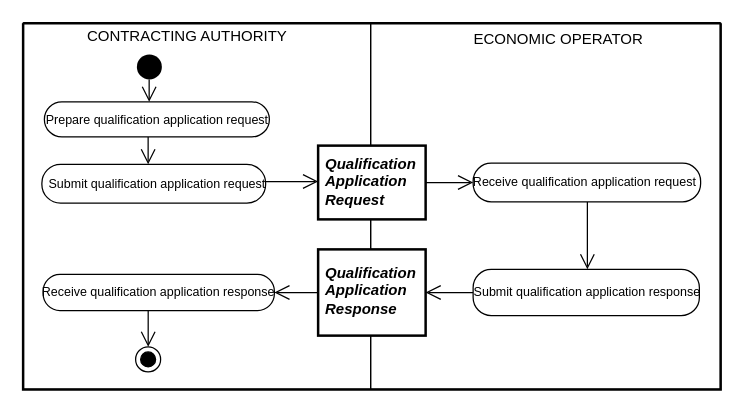
Earlier version of the draw.io diagram diagrams/UBL-2.2-Tender-QualificationApplication/UBL-2.2-Tender-QualificationApplication.drawio (kduvekot/ubl-work-on-svg-images). Source tidied: cells renumbered, new cells numbered last; positions are measured from the earlier drawing's top-left corner, leaving out a move shared by most shapes. Both pictures are drawn from the tidied source at 125%, with x=0, y=0 at pixel (22, 22).
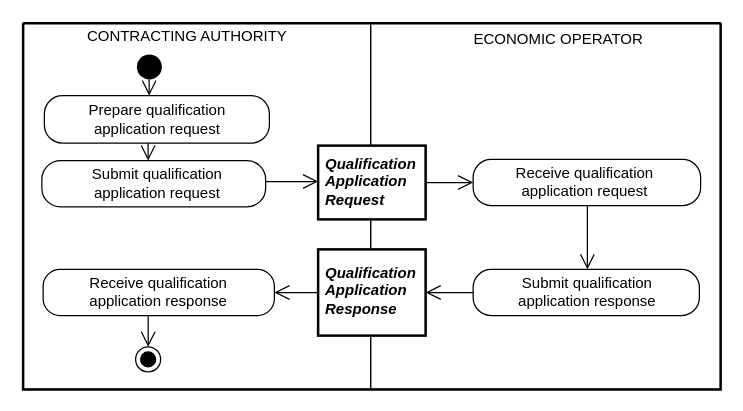
After the change.

The change refers to these unchanged cells:
```xml
<mxCell id="2" style="swimlane;html=1;startSize=0;whiteSpace=wrap;fillColor=none;strokeWidth=2;" parent="1" vertex="1">
  <mxGeometry width="558" height="293" as="geometry" />
</mxCell>
```

The edit, as a diff of the source:
```diff
@@
-    <mxCell id="3" value="CONTRACTING AUTHORITY" style="swimlane;horizontal=1;startSize=21;swimlaneLine=0;html=1;fillColor=none;fontSize=12;fontStyle=0;spacing=0;spacingRight=16;" parent="2" vertex="1">
+    <mxCell id="3" value="CONTRACTING AUTHORITY" style="swimlane;horizontal=1;startSize=21;swimlaneLine=0;html=1;fillColor=none;fontStyle=0;spacing=0;spacingRight=16;" parent="2" vertex="1">
       <mxGeometry width="278" height="293" as="geometry" />
     </mxCell>
-    <mxCell id="4" value="ECONOMIC OPERATOR" style="swimlane;horizontal=1;startSize=25;swimlaneLine=0;html=1;fillColor=none;fontSize=12;fontStyle=0;spacing=0;spacingLeft=19;" parent="2" vertex="1">
+    <mxCell id="4" value="ECONOMIC OPERATOR" style="swimlane;horizontal=1;startSize=25;swimlaneLine=0;html=1;fillColor=none;fontStyle=0;spacing=0;spacingLeft=19;" parent="2" vertex="1">
       <mxGeometry x="278" width="280" height="293" as="geometry" />
     </mxCell>
@@
-    <mxCell id="6" value="Prepare qualification application request" style="rounded=1;absoluteArcSize=1;arcSize=29;html=1;whiteSpace=nowrap;fontSize=10;fontStyle=0;align=center;verticalAlign=middle;spacing=0;" parent="3" vertex="1">
-      <mxGeometry x="17" y="63" width="180" height="28" as="geometry" />
+    <mxCell id="6" value="Prepare qualification&lt;br&gt;application request" style="rounded=1;absoluteArcSize=1;arcSize=29;html=1;whiteSpace=nowrap;fontStyle=0;align=center;verticalAlign=middle;spacing=0;" parent="3" vertex="1">
+      <mxGeometry x="17" y="58" width="180" height="38" as="geometry" />
     </mxCell>
-    <mxCell id="7" value="Qualification&lt;br&gt;Application&lt;br&gt;Request" style="rounded=0;html=1;whiteSpace=nowrap;fontSize=12;fontStyle=3;align=left;verticalAlign=middle;spacing=0;spacingLeft=6;spacingBottom=1;strokeWidth=2;" parent="4" vertex="1">
+    <mxCell id="7" value="Qualification&lt;br&gt;Application&lt;br&gt;Request" style="rounded=0;html=1;whiteSpace=nowrap;fontStyle=3;align=left;verticalAlign=middle;spacing=0;spacingLeft=6;spacingBottom=1;strokeWidth=2;" parent="4" vertex="1">
       <mxGeometry x="-42" y="98" width="86" height="59" as="geometry" />
     </mxCell>
-    <mxCell id="8" value="Receive qualification application request" style="rounded=1;absoluteArcSize=1;arcSize=29;html=1;whiteSpace=nowrap;fontSize=10;fontStyle=0;align=center;verticalAlign=middle;spacing=0;spacingRight=4;spacingBottom=2;" parent="4" vertex="1">
-      <mxGeometry x="82" y="112" width="182" height="31" as="geometry" />
+    <mxCell id="8" value="Receive qualification&lt;br&gt;application request" style="rounded=1;absoluteArcSize=1;arcSize=29;html=1;whiteSpace=nowrap;fontStyle=0;align=center;verticalAlign=middle;spacing=0;spacingRight=4;spacingBottom=2;" parent="4" vertex="1">
+      <mxGeometry x="82" y="109" width="182" height="37" as="geometry" />
     </mxCell>
-    <mxCell id="9" value="Submit qualification application request" style="rounded=1;absoluteArcSize=1;arcSize=30;html=1;whiteSpace=nowrap;fontSize=10;fontStyle=0;align=center;verticalAlign=middle;spacing=0;spacingLeft=4;spacingBottom=1;" parent="3" vertex="1">
-      <mxGeometry x="15" y="113" width="179" height="31" as="geometry" />
+    <mxCell id="9" value="Submit qualification&lt;br&gt;application request" style="rounded=1;absoluteArcSize=1;arcSize=30;html=1;whiteSpace=nowrap;fontStyle=0;align=center;verticalAlign=middle;spacing=0;spacingLeft=4;spacingBottom=1;" parent="3" vertex="1">
+      <mxGeometry x="15" y="110" width="179" height="37" as="geometry" />
     </mxCell>
-    <mxCell id="10" value="Qualification&lt;br&gt;Application&lt;br&gt;Response" style="rounded=0;html=1;whiteSpace=nowrap;fontSize=12;fontStyle=3;align=left;verticalAlign=middle;spacing=0;spacingLeft=6;spacingBottom=3;strokeWidth=2;" parent="4" vertex="1">
+    <mxCell id="10" value="Qualification&lt;br&gt;Application&lt;br&gt;Response" style="rounded=0;html=1;whiteSpace=nowrap;fontStyle=3;align=left;verticalAlign=middle;spacing=0;spacingLeft=6;spacingBottom=3;strokeWidth=2;" parent="4" vertex="1">
       <mxGeometry x="-42" y="181" width="86" height="69" as="geometry" />
     </mxCell>
-    <mxCell id="11" value="Submit qualification application response" style="rounded=1;absoluteArcSize=1;arcSize=29;html=1;whiteSpace=nowrap;fontSize=10;fontStyle=0;align=center;verticalAlign=middle;spacing=0;spacingLeft=1;spacingBottom=1;" parent="4" vertex="1">
+    <mxCell id="11" value="Submit qualification&lt;br&gt;application response" style="rounded=1;absoluteArcSize=1;arcSize=29;html=1;whiteSpace=nowrap;fontStyle=0;align=center;verticalAlign=middle;spacing=0;spacingLeft=1;spacingBottom=1;" parent="4" vertex="1">
       <mxGeometry x="82" y="197" width="181" height="37" as="geometry" />
     </mxCell>
-    <mxCell id="12" value="Receive qualification application response" style="rounded=1;absoluteArcSize=1;arcSize=27;html=1;whiteSpace=nowrap;fontSize=10;fontStyle=0;align=center;verticalAlign=middle;spacing=0;spacingRight=1;spacingBottom=2;" parent="3" vertex="1">
-      <mxGeometry x="16" y="201" width="185" height="29" as="geometry" />
+    <mxCell id="12" value="Receive qualification&lt;br&gt;application response" style="rounded=1;absoluteArcSize=1;arcSize=27;html=1;whiteSpace=nowrap;fontStyle=0;align=center;verticalAlign=middle;spacing=0;spacingRight=1;spacingBottom=2;" parent="3" vertex="1">
+      <mxGeometry x="16" y="197" width="185" height="37" as="geometry" />
     </mxCell>
@@
-    <mxCell id="16" style="edgeStyle=none;rounded=0;html=1;endArrow=open;endFill=0;endSize=10;exitPerimeter=0;entryX=0;entryY=0.4871;entryPerimeter=0;exitX=1;exitY=0.44319;" parent="2" edge="1" source="9" target="7">
+    <mxCell id="16" style="edgeStyle=none;rounded=0;html=1;endArrow=open;endFill=0;endSize=10;exitPerimeter=0;entryX=0;entryY=0.4871;entryPerimeter=0;exitX=1;exitY=0.452402;" parent="2" edge="1" source="9" target="7">
       <mxGeometry relative="1" as="geometry" />
     </mxCell>
```
